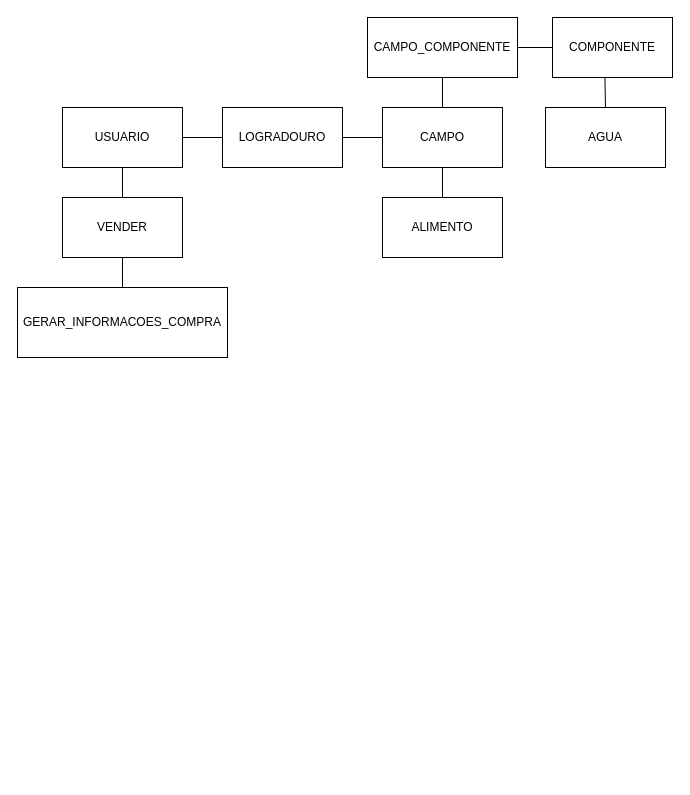
Thiago163/POC_MUNDO_VERDE keeps this draw.io diagram as diagrama_de_classes.drawio. Above is the earlier version. Source tidied: cells renumbered, new cells numbered last; positions are measured from the earlier drawing's top-left corner, leaving out a move shared by most shapes. Both pictures are drawn from the tidied source at 100%, with x=0, y=0 at pixel (17, 17).
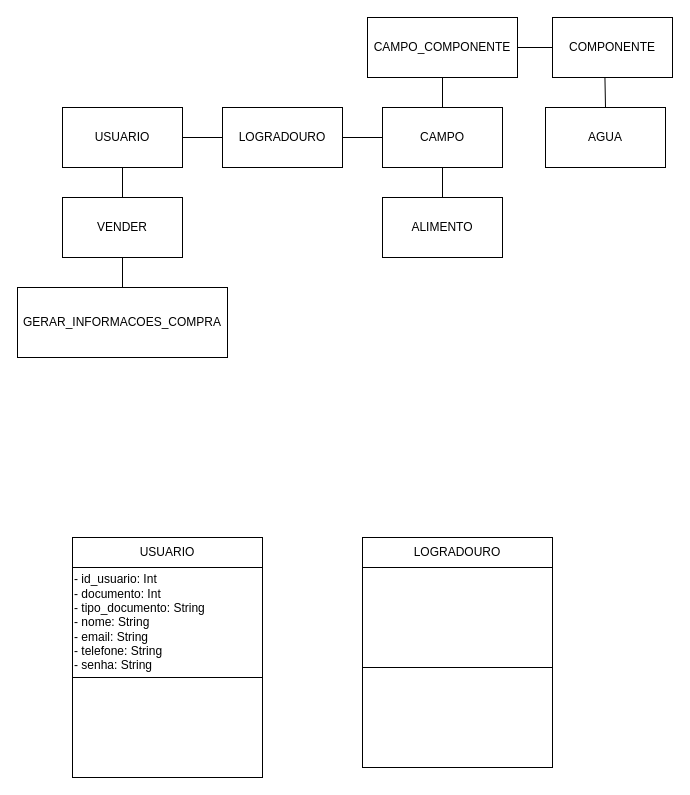
Above is the later version.

The edit, as a diff of the source:
```diff
@@
+    <mxCell id="19" value="USUARIO" style="rounded=0;whiteSpace=wrap;html=1;" parent="1" vertex="1">
+      <mxGeometry x="55" y="520" width="190" height="30" as="geometry" />
+    </mxCell>
+    <mxCell id="20" value="- id_usuario: Int&lt;div&gt;- documento: Int&lt;/div&gt;&lt;div&gt;- tipo_documento: String&lt;/div&gt;&lt;div&gt;- nome: String&lt;/div&gt;&lt;div&gt;- email: String&lt;/div&gt;&lt;div&gt;- telefone: String&lt;/div&gt;&lt;div&gt;- senha: String&lt;/div&gt;" style="rounded=0;whiteSpace=wrap;html=1;align=left;" parent="1" vertex="1">
+      <mxGeometry x="55" y="550" width="190" height="110" as="geometry" />
+    </mxCell>
+    <mxCell id="21" style="rounded=0;whiteSpace=wrap;html=1;" parent="1" vertex="1">
+      <mxGeometry x="55" y="660" width="190" height="100" as="geometry" />
+    </mxCell>
+    <mxCell id="22" value="LOGRADOURO" style="rounded=0;whiteSpace=wrap;html=1;" parent="1" vertex="1">
+      <mxGeometry x="345" y="520" width="190" height="30" as="geometry" />
+    </mxCell>
+    <mxCell id="23" style="rounded=0;whiteSpace=wrap;html=1;" parent="1" vertex="1">
+      <mxGeometry x="345" y="550" width="190" height="100" as="geometry" />
+    </mxCell>
+    <mxCell id="24" style="rounded=0;whiteSpace=wrap;html=1;" parent="1" vertex="1">
+      <mxGeometry x="345" y="650" width="190" height="100" as="geometry" />
+    </mxCell>
```
